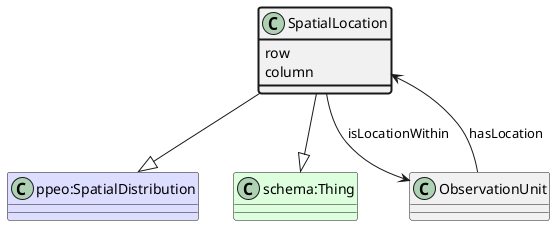
The PlantUML diagram ttl_uml/ttl_appn_SpatialLocation.png in aus-plant-phenomics-network/appn-schema, before a commit.
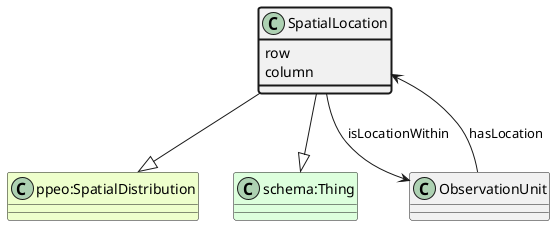
After the commit.

Diff of the diagram source:
```diff
@@ -1,6 +1,6 @@
 @startuml
 class SpatialLocation  #line.bold
-class "ppeo:SpatialDistribution" #DDDDFF
+class "ppeo:SpatialDistribution" #EEFFCC
 SpatialLocation --|> "ppeo:SpatialDistribution"
 class "schema:Thing" #DDFFDD
 SpatialLocation --|> "schema:Thing"
```
